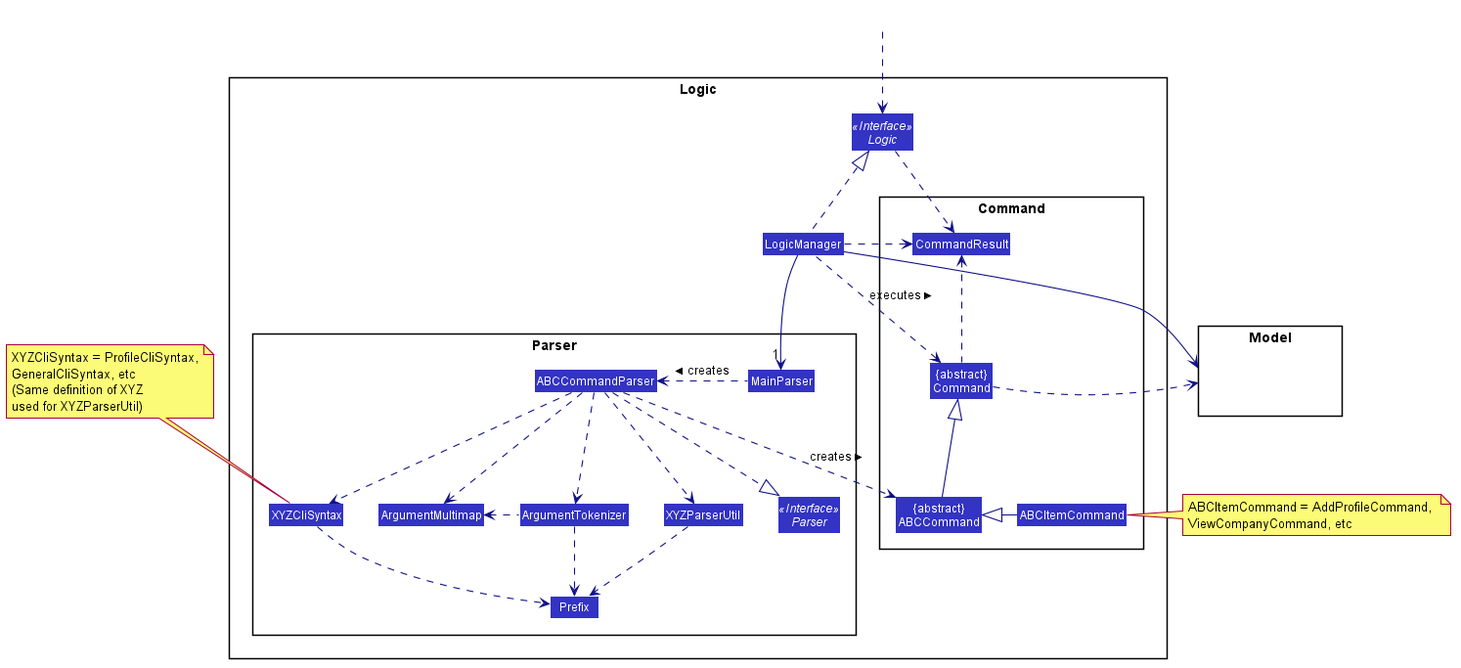
The PlantUML diagram docs/images/LogicClassDiagram.png in shawn-nyk/tp, before a commit.
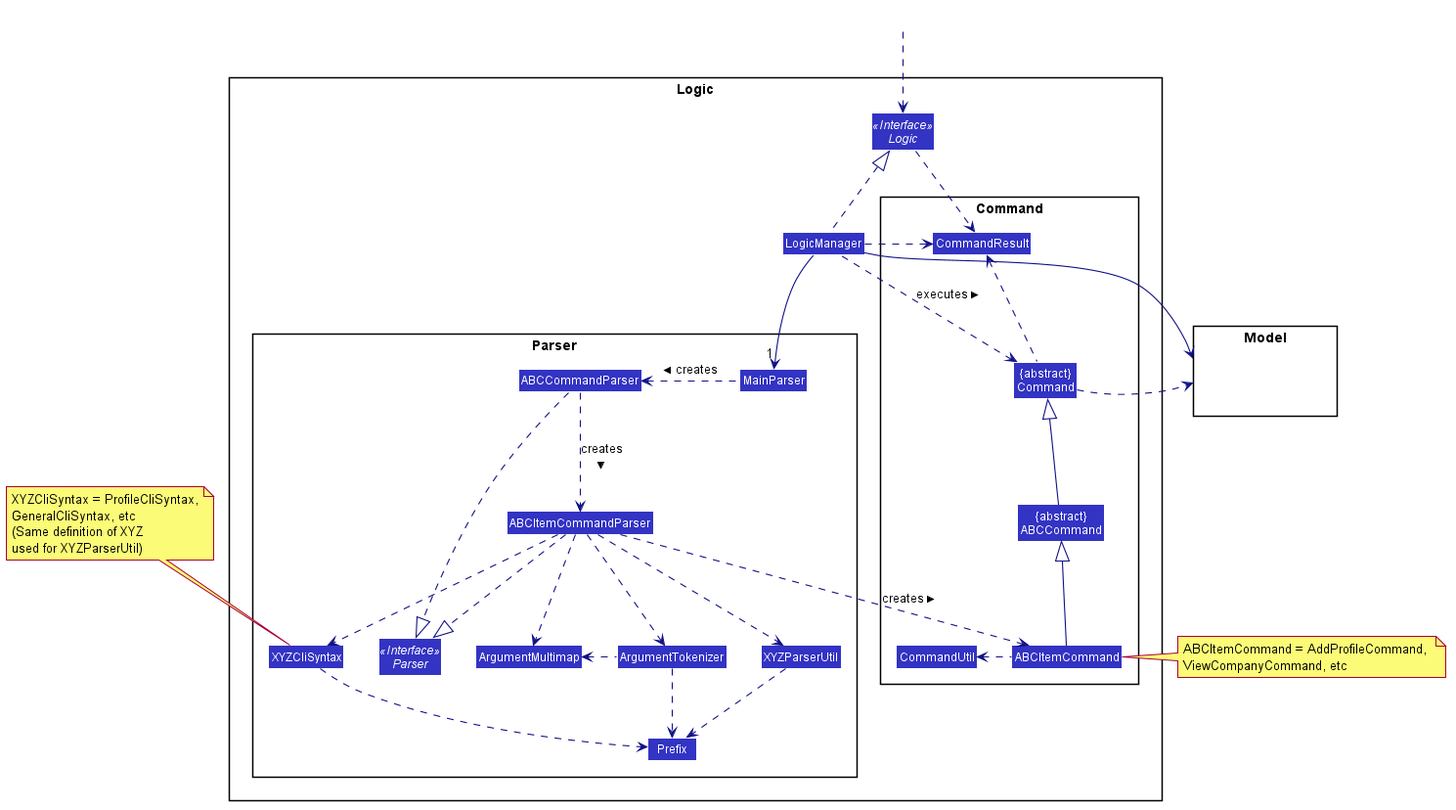
Later version of the same file.

Commit message:
Update logic class diagram

What changed in the source:
```diff
@@ -56,6 +56,7 @@
 package Parser {
 Interface Parser <<Interface>>
 Class MainParser
+Class ABCItemCommandParser
 Class ABCCommandParser
 Class XYZCliSyntax
 Class XYZParserUtil
@@ -69,6 +70,7 @@
 Class ABCItemCommand
 Class CommandResult
 Class "{abstract}\nCommand" as Command
+Class "CommandUtil" as CommandUtil
 }
 
 Interface Logic <<Interface>>
@@ -85,19 +87,22 @@
 LogicManager .up.|> Logic
 LogicManager -->"1" MainParser
 MainParser .left.> ABCCommandParser: creates >
+ABCCommandParser .down.> ABCItemCommandParser: creates >
 
-ABCCommandParser ..> ABCCommand : creates >
+ABCItemCommandParser ..> ABCItemCommand : creates >
 ABCCommandParser ..|> Parser
-ABCCommandParser ..> ArgumentMultimap
-ABCCommandParser ..> ArgumentTokenizer
+ABCItemCommandParser ..|> Parser
+ABCItemCommandParser ..> ArgumentMultimap
+ABCItemCommandParser ..> ArgumentTokenizer
 ArgumentTokenizer .left.> ArgumentMultimap
-ABCCommandParser ..> XYZCliSyntax
+ABCItemCommandParser ..> XYZCliSyntax
 XYZCliSyntax ..> Prefix
-ABCCommandParser ..> XYZParserUtil
+ABCItemCommandParser ..> XYZParserUtil
 XYZParserUtil .down.> Prefix
 ArgumentTokenizer .down.> Prefix
 ABCCommand -up-|> Command
-ABCItemCommand -left-|> ABCCommand
+ABCItemCommand -up-|> ABCCommand
+ABCItemCommand -left..-> CommandUtil
 LogicManager .left.> Command : executes >
 
 note top of XYZCliSyntax: XYZCliSyntax = ProfileCliSyntax,\nGeneralCliSyntax, etc \n(Same definition of XYZ \nused for XYZParserUtil)
```
